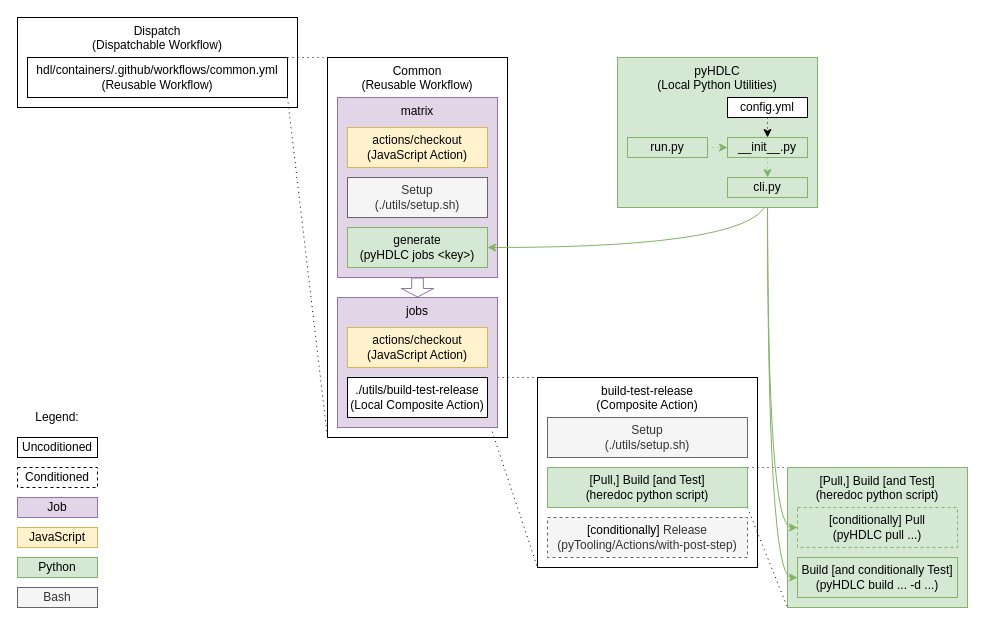
hdl/containers keeps this draw.io diagram as doc/containers.drawio. Above is the earlier version. Source tidied: cells renumbered, new cells numbered last; positions are measured from the earlier drawing's top-left corner, leaving out a move shared by most shapes. Both pictures are drawn from the tidied source at 100%, with x=0, y=0 at pixel (17, 17).
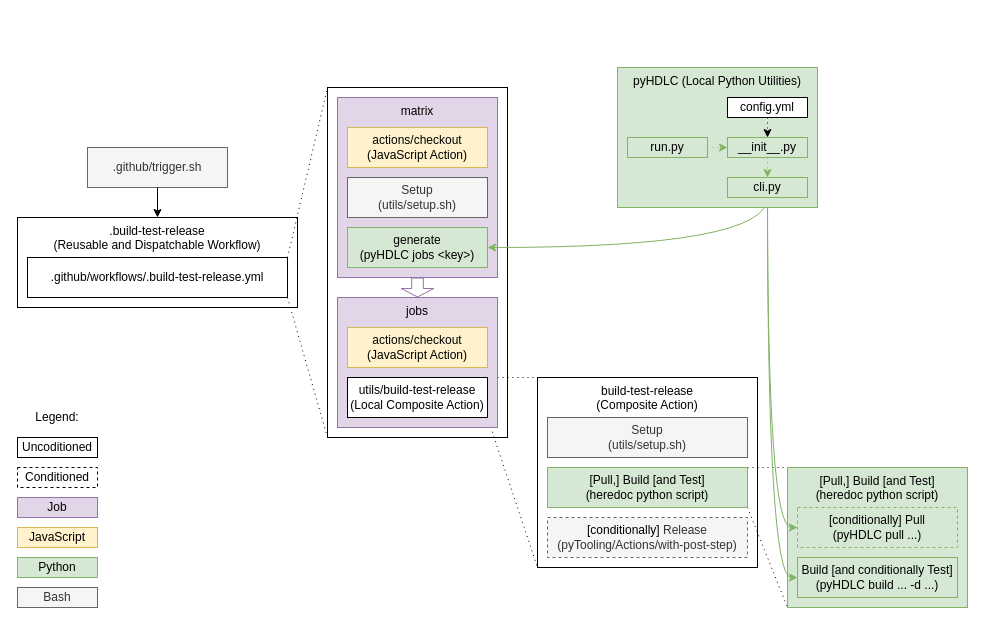
Above is the later version.

Change to the diagram source:
```diff
@@
-    <mxCell id="2" value="Common&lt;br&gt;(Reusable Workflow)" style="rounded=0;whiteSpace=wrap;html=1;verticalAlign=top;fillColor=none;" parent="1" vertex="1">
-      <mxGeometry x="310" y="40" width="180" height="380" as="geometry" />
+    <mxCell id="2" style="rounded=0;whiteSpace=wrap;html=1;verticalAlign=top;fillColor=none;" parent="1" vertex="1">
+      <mxGeometry x="310" y="70" width="180" height="350" as="geometry" />
     </mxCell>
@@
-    <mxCell id="29" value="Setup&lt;br&gt;(./utils/setup.sh)" style="rounded=0;whiteSpace=wrap;html=1;fillColor=#f5f5f5;strokeColor=#666666;fontColor=#333333;" parent="1" vertex="1">
+    <mxCell id="29" value="Setup&lt;br&gt;(utils/setup.sh)" style="rounded=0;whiteSpace=wrap;html=1;fillColor=#f5f5f5;strokeColor=#666666;fontColor=#333333;" parent="1" vertex="1">
       <mxGeometry x="530" y="400" width="200" height="40" as="geometry" />
     </mxCell>
@@
-    <mxCell id="32" value="Setup&lt;br&gt;(./utils/setup.sh)" style="rounded=0;whiteSpace=wrap;html=1;fillColor=#f5f5f5;strokeColor=#666666;fontColor=#333333;" parent="1" vertex="1">
+    <mxCell id="32" value="Setup&lt;br&gt;(utils/setup.sh)" style="rounded=0;whiteSpace=wrap;html=1;fillColor=#f5f5f5;strokeColor=#666666;fontColor=#333333;" parent="1" vertex="1">
       <mxGeometry x="330" y="160" width="140" height="40" as="geometry" />
     </mxCell>
@@
-    <mxCell id="36" value="./utils/build-test-release&lt;br&gt;(Local Composite Action)" style="rounded=0;whiteSpace=wrap;html=1;" parent="1" vertex="1">
+    <mxCell id="36" value="utils/build-test-release&lt;br&gt;(Local Composite Action)" style="rounded=0;whiteSpace=wrap;html=1;" parent="1" vertex="1">
       <mxGeometry x="330" y="360" width="140" height="40" as="geometry" />
     </mxCell>
@@
-    <mxCell id="39" value="pyHDLC&lt;br&gt;(Local Python Utilities)" style="rounded=0;whiteSpace=wrap;html=1;fillColor=#d5e8d4;strokeColor=#82b366;verticalAlign=top;" parent="1" vertex="1">
-      <mxGeometry x="600" y="40" width="200" height="150" as="geometry" />
+    <mxCell id="39" value="pyHDLC (Local Python Utilities)" style="rounded=0;whiteSpace=wrap;html=1;fillColor=#d5e8d4;strokeColor=#82b366;verticalAlign=top;" parent="1" vertex="1">
+      <mxGeometry x="600" y="50" width="200" height="140" as="geometry" />
     </mxCell>
@@
-    <mxCell id="47" value="Dispatch&lt;br&gt;(Dispatchable Workflow)" style="rounded=0;whiteSpace=wrap;html=1;verticalAlign=top;fillColor=none;" parent="1" vertex="1">
-      <mxGeometry width="280" height="90" as="geometry" />
+    <mxCell id="47" value=".build-test-release&lt;br&gt;(Reusable and Dispatchable Workflow)" style="rounded=0;whiteSpace=wrap;html=1;verticalAlign=top;fillColor=none;" parent="1" vertex="1">
+      <mxGeometry y="200" width="280" height="90" as="geometry" />
     </mxCell>
-    <mxCell id="48" value="hdl/containers/.github/workflows/common.yml&lt;br&gt;(Reusable Workflow)" style="rounded=0;whiteSpace=wrap;html=1;" parent="1" vertex="1">
-      <mxGeometry x="10" y="40" width="260" height="40" as="geometry" />
+    <mxCell id="48" value=".github/workflows/.build-test-release.yml" style="rounded=0;whiteSpace=wrap;html=1;" parent="1" vertex="1">
+      <mxGeometry x="10" y="240" width="260" height="40" as="geometry" />
     </mxCell>
+    <mxCell id="49" value=".github/trigger.sh" style="rounded=0;whiteSpace=wrap;html=1;fillColor=#f5f5f5;strokeColor=#666666;fontColor=#333333;" parent="1" vertex="1">
+      <mxGeometry x="70" y="130" width="140" height="40" as="geometry" />
+    </mxCell>
+    <mxCell id="50" style="endArrow=classic;html=1;exitX=0.5;exitY=1;exitDx=0;exitDy=0;fillColor=#d5e8d4;strokeColor=#000000;rounded=0;entryX=0.5;entryY=0;entryDx=0;entryDy=0;" parent="1" edge="1" source="49" target="47">
+      <mxGeometry relative="1" as="geometry" />
+    </mxCell>
```
